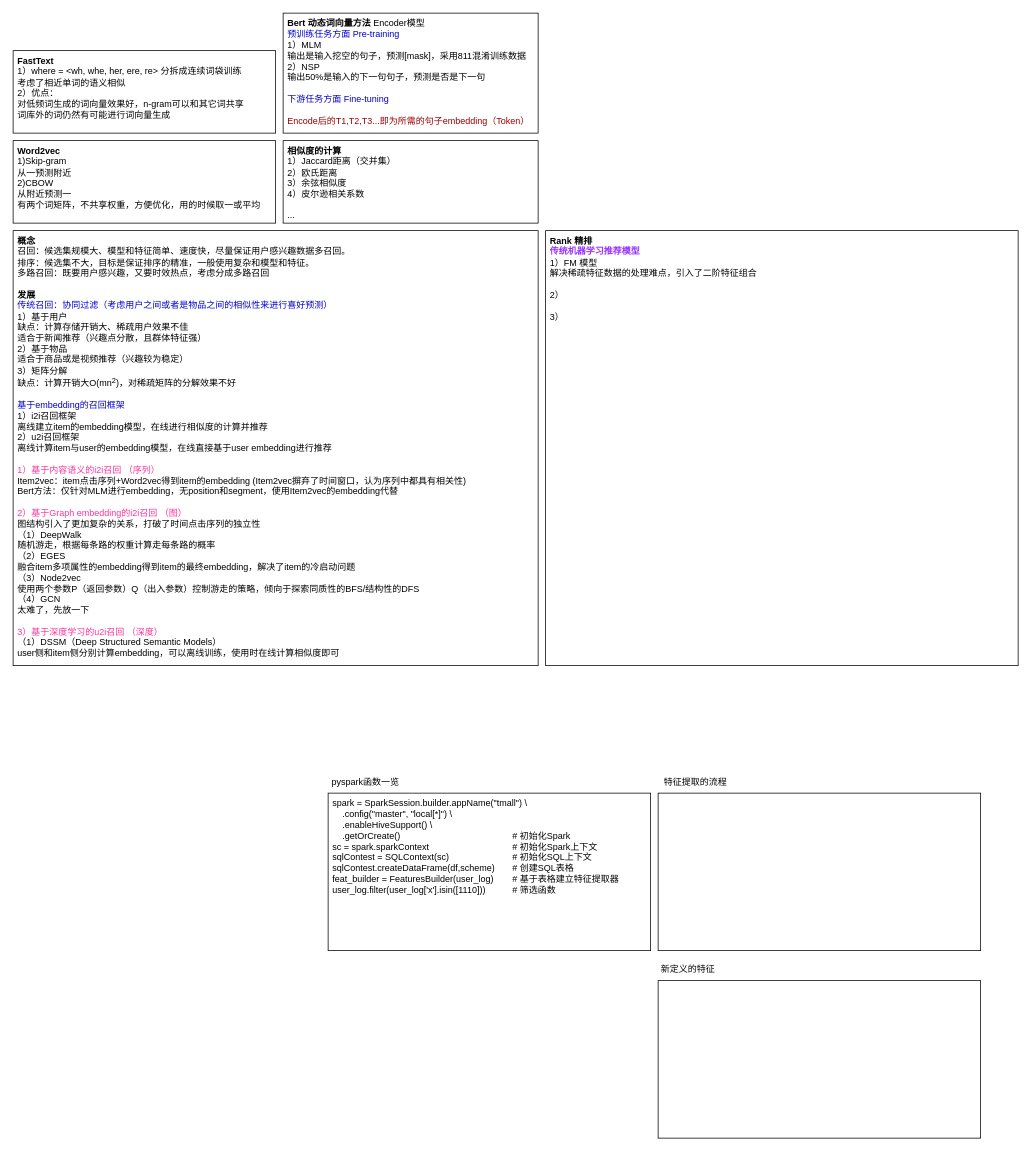
Before: tmall2.drawio in limpid-11/drawio, a draw.io diagram. Source tidied: cells renumbered, new cells numbered last; positions are measured from the earlier drawing's top-left corner, leaving out a move shared by most shapes. Both pictures are drawn from the tidied source at 75%, with x=0, y=0 at pixel (13, 13).
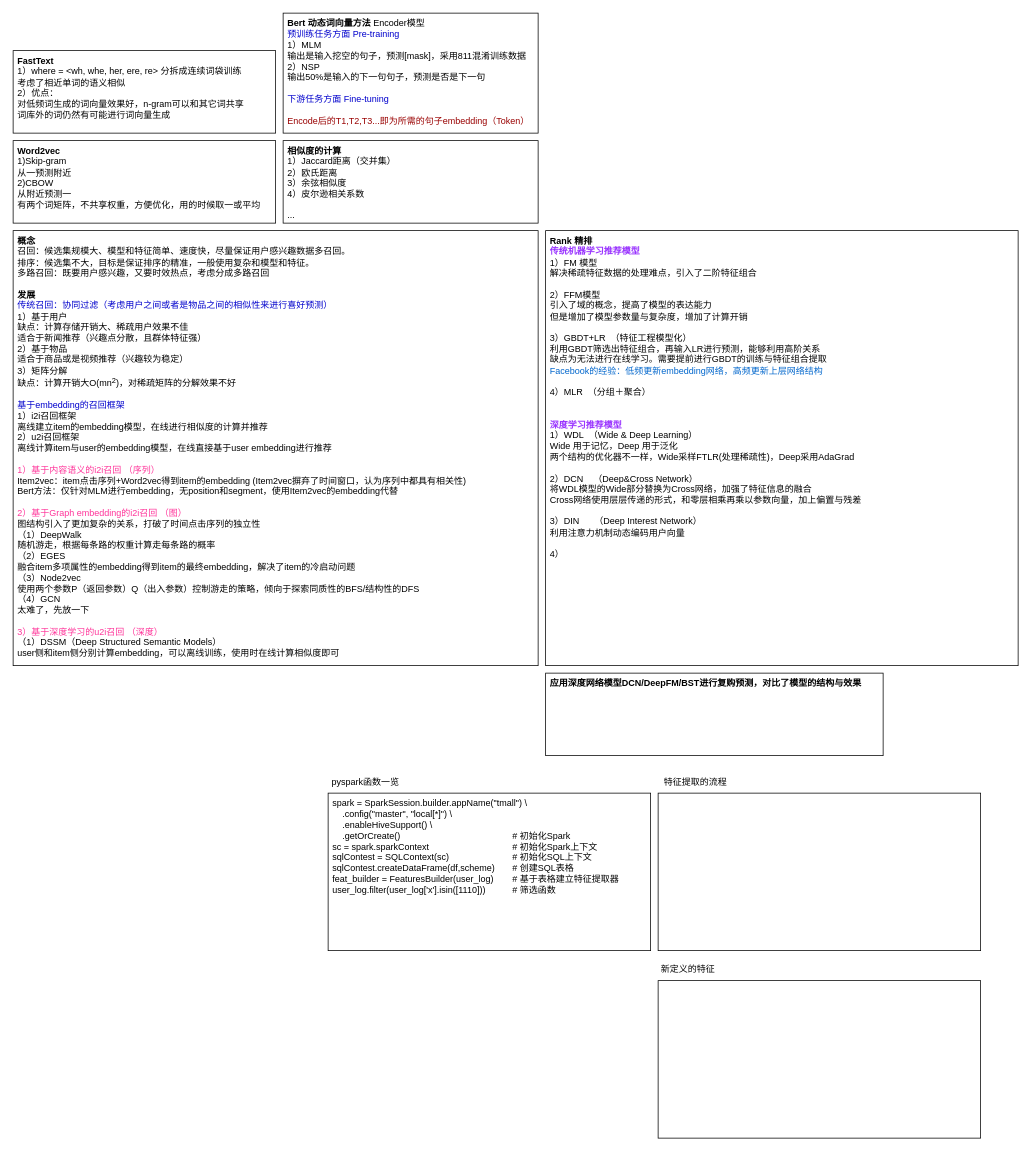
After the change.

Change to the diagram source:
```diff
@@
 <mxGraphModel>
   <root>
     <mxCell id="0" />
     <mxCell id="1" parent="0" />
     <mxCell id="2" value="&lt;div&gt;spark = SparkSession.builder&lt;span style=&quot;background-color: initial;&quot;&gt;.appName(&quot;tmall&quot;) \&lt;/span&gt;&lt;/div&gt;&lt;div&gt;&amp;nbsp; &amp;nbsp; .config(&quot;master&quot;, &quot;local[*]&quot;) \&lt;/div&gt;&lt;div&gt;&amp;nbsp; &amp;nbsp; .enableHiveSupport() \&lt;/div&gt;&lt;div&gt;&amp;nbsp; &amp;nbsp; .getOrCreate()&lt;span style=&quot;white-space: pre;&quot;&gt;&#9;&lt;/span&gt;&lt;span style=&quot;white-space: pre;&quot;&gt;&#9;&lt;/span&gt;&lt;span style=&quot;white-space: pre;&quot;&gt;&#9;&lt;/span&gt;&lt;span style=&quot;white-space: pre;&quot;&gt;&#9;&lt;/span&gt;&lt;span style=&quot;white-space: pre;&quot;&gt;&#9;&lt;span style=&quot;white-space: pre;&quot;&gt;&#9;&lt;/span&gt;&lt;/span&gt;# 初始化Spark&lt;/div&gt;&lt;div&gt;sc = spark.sparkContext&lt;span style=&quot;white-space: pre;&quot;&gt;&#9;&lt;/span&gt;&lt;span style=&quot;white-space: pre;&quot;&gt;&#9;&lt;/span&gt;&lt;span style=&quot;white-space: pre;&quot;&gt;&#9;&lt;/span&gt;&lt;span style=&quot;white-space: pre;&quot;&gt;&#9;&lt;span style=&quot;white-space: pre;&quot;&gt;&#9;&lt;/span&gt;&lt;/span&gt;# 初始化Spark上下文&lt;br&gt;&lt;/div&gt;&lt;div&gt;sqlContest = SQLContext(sc)&lt;span style=&quot;white-space: pre;&quot;&gt;&#9;&lt;/span&gt;&lt;span style=&quot;white-space: pre;&quot;&gt;&#9;&lt;/span&gt;&lt;span style=&quot;white-space: pre;&quot;&gt;&#9;&lt;span style=&quot;white-space: pre;&quot;&gt;&#9;&lt;/span&gt;&lt;/span&gt;# 初始化SQL上下文&lt;br&gt;&lt;/div&gt;&lt;div&gt;sqlContest.createDataFrame(df,scheme)&lt;span style=&quot;white-space: pre;&quot;&gt;&#9;&lt;/span&gt;# 创建SQL表格&lt;br&gt;&lt;/div&gt;&lt;div&gt;feat_builder = FeaturesBuilder(user_log)&lt;span style=&quot;white-space: pre;&quot;&gt;&#9;&lt;/span&gt;# 基于表格建立特征提取器&lt;br&gt;&lt;/div&gt;&lt;div&gt;user_log.filter(user_log['x'].isin([1110]))&lt;span style=&quot;white-space: pre;&quot;&gt;&#9;&lt;/span&gt;&lt;span style=&quot;white-space: pre;&quot;&gt;&#9;&lt;/span&gt;# 筛选函数&lt;br&gt;&lt;/div&gt;&lt;div&gt;&lt;br&gt;&lt;/div&gt;&lt;div&gt;&lt;br&gt;&lt;/div&gt;" style="rounded=0;whiteSpace=wrap;html=1;align=left;verticalAlign=top;spacingLeft=4;" parent="1" vertex="1">
       <mxGeometry x="420" y="1040" width="430" height="210" as="geometry" />
     </mxCell>
     <mxCell id="3" value="pyspark函数一览" style="text;html=1;align=center;verticalAlign=middle;whiteSpace=wrap;rounded=0;" parent="1" vertex="1">
       <mxGeometry x="420" y="1010" width="100" height="30" as="geometry" />
     </mxCell>
     <mxCell id="4" value="&lt;div&gt;&lt;br&gt;&lt;/div&gt;" style="rounded=0;whiteSpace=wrap;html=1;align=left;verticalAlign=top;spacingLeft=4;" parent="1" vertex="1">
       <mxGeometry x="860" y="1040" width="430" height="210" as="geometry" />
     </mxCell>
     <mxCell id="5" value="特征提取的流程" style="text;html=1;align=center;verticalAlign=middle;whiteSpace=wrap;rounded=0;" parent="1" vertex="1">
       <mxGeometry x="860" y="1010" width="100" height="30" as="geometry" />
     </mxCell>
     <mxCell id="6" value="新定义的特征" style="text;html=1;align=center;verticalAlign=middle;whiteSpace=wrap;rounded=0;" parent="1" vertex="1">
       <mxGeometry x="860" y="1260" width="80" height="30" as="geometry" />
     </mxCell>
     <mxCell id="7" value="&lt;div&gt;&lt;br&gt;&lt;/div&gt;" style="rounded=0;whiteSpace=wrap;html=1;align=left;verticalAlign=top;spacingLeft=4;" parent="1" vertex="1">
       <mxGeometry x="860" y="1290" width="430" height="210" as="geometry" />
     </mxCell>
     <mxCell id="8" value="&lt;div&gt;&lt;b&gt;概念&lt;/b&gt;&lt;/div&gt;&lt;div&gt;召回：候选集规模大、模型和特征简单、速度快，尽量保证用户感兴趣数据多召回。&lt;/div&gt;&lt;div&gt;排序：候选集不大，目标是保证排序的精准，一般使用复杂和模型和特征。&lt;/div&gt;&lt;div&gt;多路召回：既要用户感兴趣，又要时效热点，考虑分成多路召回&lt;/div&gt;&lt;div&gt;&lt;br&gt;&lt;/div&gt;&lt;div&gt;&lt;b&gt;发展&lt;/b&gt;&lt;/div&gt;&lt;div&gt;&lt;font color=&quot;#0000cc&quot;&gt;传统召回：协同过滤（考虑用户之间或者是物品之间的相似性来进行喜好预测）&lt;/font&gt;&lt;/div&gt;&lt;div&gt;1）基于用户&lt;/div&gt;&lt;div&gt;缺点：计算存储开销大、稀疏用户效果不佳&lt;/div&gt;&lt;div&gt;适合于新闻推荐（兴趣点分散，且群体特征强）&lt;/div&gt;&lt;div&gt;2）基于物品&lt;/div&gt;&lt;div&gt;适合于商品或是视频推荐（兴趣较为稳定）&lt;/div&gt;&lt;div&gt;3）矩阵分解&lt;br&gt;&lt;/div&gt;&lt;div&gt;缺点：计算开销大O(mn&lt;sup&gt;2&lt;/sup&gt;)，对稀疏矩阵的分解效果不好&lt;/div&gt;&lt;div&gt;&lt;br&gt;&lt;/div&gt;&lt;div&gt;&lt;font color=&quot;#0000cc&quot;&gt;基于embedding的召回框架&lt;/font&gt;&lt;/div&gt;&lt;div&gt;1）i2i召回框架&lt;/div&gt;&lt;div&gt;离线建立item的embedding模型，在线进行相似度的计算并推荐&lt;/div&gt;&lt;div&gt;2）u2i召回框架&lt;/div&gt;&lt;div&gt;离线计算item与user的&lt;span style=&quot;background-color: initial;&quot;&gt;embedding模型，在线直接基于user&amp;nbsp;&lt;/span&gt;&lt;span style=&quot;background-color: initial;&quot;&gt;embedding进行推荐&lt;/span&gt;&lt;/div&gt;&lt;div&gt;&lt;br&gt;&lt;/div&gt;&lt;div&gt;&lt;font color=&quot;#ff3399&quot;&gt;1）基于内容语义的i2i召回 （序列）&lt;/font&gt;&lt;/div&gt;&lt;div&gt;Item2vec：item点击序列+Word2vec得到item的embedding (&lt;span style=&quot;background-color: initial;&quot;&gt;Item2vec&lt;/span&gt;&lt;span style=&quot;background-color: initial;&quot;&gt;摒弃了时间窗口，认为序列中都具有相关性)&lt;/span&gt;&lt;/div&gt;&lt;div&gt;&lt;span style=&quot;background-color: initial;&quot;&gt;Bert方法：仅针对MLM进行embedding，无position和segment，使用&lt;/span&gt;&lt;span style=&quot;background-color: initial;&quot;&gt;Item2vec的embedding代替&lt;/span&gt;&lt;/div&gt;&lt;div&gt;&lt;span style=&quot;background-color: initial;&quot;&gt;&lt;br&gt;&lt;/span&gt;&lt;/div&gt;&lt;div&gt;&lt;span style=&quot;background-color: initial;&quot;&gt;&lt;font color=&quot;#ff3399&quot;&gt;2）基于Graph embedding的i2i召回 （图）&lt;/font&gt;&lt;/span&gt;&lt;/div&gt;&lt;div&gt;&lt;span style=&quot;background-color: initial;&quot;&gt;图结构引入了更加复杂的关系，打破了时间点击序列的独立性&lt;/span&gt;&lt;/div&gt;&lt;div&gt;&lt;span style=&quot;background-color: initial;&quot;&gt;（1）DeepWalk&lt;/span&gt;&lt;br&gt;&lt;/div&gt;&lt;div&gt;随机游走，根据每条路的权重计算走每条路的概率&lt;/div&gt;&lt;div&gt;&lt;span style=&quot;background-color: initial;&quot;&gt;（2）EGES&lt;/span&gt;&lt;/div&gt;&lt;div&gt;&lt;span style=&quot;background-color: initial;&quot;&gt;融合item多项属性的embedding得到item的最终embedding，解决了item的冷启动问题&lt;/span&gt;&lt;/div&gt;&lt;div&gt;（3）Node2vec&lt;/div&gt;&lt;div&gt;使用两个参数P（返回参数）Q（出入参数）控制游走的策略，倾向于探索同质性的BFS/结构性的DFS&lt;/div&gt;&lt;div&gt;（4）GCN&lt;/div&gt;&lt;div&gt;太难了，先放一下&lt;/div&gt;&lt;div&gt;&lt;br&gt;&lt;/div&gt;&lt;div&gt;&lt;span style=&quot;color: rgb(255, 51, 153);&quot;&gt;3）基于深度学习的u2i召回 （深度）&lt;/span&gt;&lt;br&gt;&lt;/div&gt;&lt;div&gt;（1）DSSM（Deep Structured Semantic Models）&lt;/div&gt;&lt;div&gt;user侧和item侧分别计算embedding，可以离线训练，使用时在线计算相似度即可&lt;/div&gt;" style="rounded=0;whiteSpace=wrap;html=1;align=left;verticalAlign=top;spacingLeft=4;" parent="1" vertex="1">
       <mxGeometry y="290" width="700" height="580" as="geometry" />
     </mxCell>
     <mxCell id="9" value="&lt;div&gt;&lt;b&gt;相似度的计算&lt;/b&gt;&lt;/div&gt;&lt;div&gt;1）Jaccard距离（交并集）&lt;/div&gt;&lt;div&gt;2）欧氏距离&lt;/div&gt;&lt;div&gt;3）余弦相似度&lt;/div&gt;&lt;div&gt;4）皮尔逊相关系数&lt;/div&gt;&lt;div&gt;&lt;br&gt;&lt;/div&gt;&lt;div&gt;...&lt;/div&gt;" style="rounded=0;whiteSpace=wrap;html=1;align=left;verticalAlign=top;spacingLeft=4;" parent="1" vertex="1">
       <mxGeometry x="360" y="170" width="340" height="110" as="geometry" />
     </mxCell>
     <mxCell id="10" value="&lt;b&gt;Word2vec&lt;/b&gt;&lt;div&gt;1)Skip-gram&lt;/div&gt;&lt;div&gt;从一预测附近&lt;/div&gt;&lt;div&gt;2)CBOW&lt;/div&gt;&lt;div&gt;从附近预测一&lt;/div&gt;&lt;div&gt;有两个词矩阵，不共享权重，方便优化，用的时候取一或平均&lt;/div&gt;" style="rounded=0;whiteSpace=wrap;html=1;align=left;verticalAlign=top;spacingLeft=4;" parent="1" vertex="1">
       <mxGeometry y="170" width="350" height="110" as="geometry" />
     </mxCell>
     <mxCell id="11" value="&lt;b&gt;FastText&lt;/b&gt;&lt;br&gt;&lt;div&gt;1）where = &amp;lt;wh, whe, her, ere, re&amp;gt; 分拆成连续词袋训练&lt;/div&gt;&lt;div&gt;考虑了相近单词的语义相似&lt;/div&gt;&lt;div&gt;2）优点：&lt;/div&gt;&lt;div&gt;对低频词生成的词向量效果好，n-gram可以和其它词共享&lt;br&gt;&lt;/div&gt;&lt;div&gt;词库外的词仍然有可能进行词向量生成&lt;/div&gt;" style="rounded=0;whiteSpace=wrap;html=1;align=left;verticalAlign=top;spacingLeft=4;" parent="1" vertex="1">
       <mxGeometry y="50" width="350" height="110" as="geometry" />
     </mxCell>
     <mxCell id="12" value="&lt;b&gt;Bert 动态词向量方法&amp;nbsp;&lt;/b&gt;Encoder模型&lt;br&gt;&lt;div&gt;&lt;font color=&quot;#0000cc&quot;&gt;预训练任务方面 Pre-training&lt;/font&gt;&lt;/div&gt;&lt;div&gt;1）MLM&lt;/div&gt;&lt;div&gt;输出是输入挖空的句子，&lt;span style=&quot;background-color: initial;&quot;&gt;预测[mask]，采用811混淆训练数据&lt;/span&gt;&lt;/div&gt;&lt;div&gt;2）NSP&lt;/div&gt;&lt;div&gt;输出50%是输入的下一句句子，预测是否是下一句&lt;/div&gt;&lt;div&gt;&lt;br&gt;&lt;/div&gt;&lt;div&gt;&lt;font color=&quot;#0000cc&quot;&gt;下游任务方面 Fine-tuning&lt;/font&gt;&lt;/div&gt;&lt;div&gt;&lt;font color=&quot;#0000cc&quot;&gt;&lt;br&gt;&lt;/font&gt;&lt;/div&gt;&lt;div&gt;&lt;font color=&quot;#990000&quot;&gt;Encode后的T1,T2,T3...即为所需的句子embedding（Token）&lt;/font&gt;&lt;/div&gt;" style="rounded=0;whiteSpace=wrap;html=1;align=left;verticalAlign=top;spacingLeft=4;" parent="1" vertex="1">
       <mxGeometry x="360" width="340" height="160" as="geometry" />
     </mxCell>
-    <mxCell id="13" value="&lt;b&gt;Rank 精排&lt;/b&gt;&lt;div&gt;&lt;b&gt;&lt;font color=&quot;#9933ff&quot;&gt;传统机器学习推荐模型&lt;/font&gt;&lt;br&gt;&lt;/b&gt;&lt;div&gt;1）FM 模型&lt;/div&gt;&lt;div&gt;解决稀疏特征数据的处理难点，引入了二阶特征组合&lt;/div&gt;&lt;div&gt;&lt;br&gt;&lt;/div&gt;&lt;div&gt;2）&lt;/div&gt;&lt;div&gt;&lt;br&gt;&lt;/div&gt;&lt;div&gt;3）&lt;/div&gt;&lt;div&gt;&lt;br&gt;&lt;/div&gt;&lt;div&gt;&lt;br&gt;&lt;/div&gt;&lt;/div&gt;" style="rounded=0;whiteSpace=wrap;html=1;align=left;verticalAlign=top;spacingLeft=4;" parent="1" vertex="1">
+    <mxCell id="13" value="&lt;b&gt;Rank 精排&lt;/b&gt;&lt;div&gt;&lt;b&gt;&lt;font color=&quot;#9933ff&quot;&gt;传统机器学习推荐模型&lt;/font&gt;&lt;br&gt;&lt;/b&gt;&lt;div&gt;1）FM 模型&lt;/div&gt;&lt;div&gt;解决稀疏特征数据的处理难点，引入了二阶特征组合&lt;/div&gt;&lt;div&gt;&lt;br&gt;&lt;/div&gt;&lt;div&gt;2）FFM模型&lt;/div&gt;&lt;div&gt;引入了域的概念，提高了模型的表达能力&lt;/div&gt;&lt;div&gt;但是增加了模型参数量与复杂度，增加了计算开销&lt;/div&gt;&lt;div&gt;&lt;br&gt;&lt;/div&gt;&lt;div&gt;3）GBDT+LR&amp;nbsp; （特征工程模型化）&lt;/div&gt;&lt;div&gt;利用GBDT筛选出特征组合，再输入LR进行预测，能够利用高阶关系&lt;/div&gt;&lt;div&gt;缺点为无法进行在线学习。需要提前进行GBDT的训练与特征组合提取&lt;/div&gt;&lt;div&gt;&lt;font color=&quot;#0066cc&quot;&gt;Facebook的经验：低频更新embedding网络，高频更新上层网络结构&lt;/font&gt;&lt;/div&gt;&lt;div&gt;&lt;br&gt;&lt;/div&gt;&lt;div&gt;4）MLR&amp;nbsp; （分组＋聚合）&lt;/div&gt;&lt;div&gt;&lt;br&gt;&lt;/div&gt;&lt;div&gt;&lt;br&gt;&lt;/div&gt;&lt;div&gt;&lt;b&gt;&lt;font color=&quot;#9933ff&quot;&gt;深度学习推荐模型&lt;/font&gt;&lt;/b&gt;&lt;br&gt;&lt;/div&gt;&lt;div&gt;1）WDL&amp;nbsp; （Wide &amp;amp; Deep Learning）&lt;/div&gt;&lt;/div&gt;&lt;div&gt;Wide 用于记忆，Deep 用于泛化&lt;/div&gt;&lt;div&gt;两个结构的优化器不一样，Wide采样FTLR(处理稀疏性)，Deep采用AdaGrad&lt;/div&gt;&lt;div&gt;&lt;br&gt;&lt;/div&gt;&lt;div&gt;2）DCN&amp;nbsp; &amp;nbsp; （Deep&amp;amp;Cross Network）&lt;/div&gt;&lt;div&gt;将WDL模型的Wide部分替换为Cross网络，加强了特征信息的融合&lt;/div&gt;&lt;div&gt;Cross网络使用层层传递的形式，和零层相乘再乘以参数向量，加上偏置与残差&lt;/div&gt;&lt;div&gt;&lt;br&gt;&lt;/div&gt;&lt;div&gt;3）DIN&amp;nbsp; &amp;nbsp; &amp;nbsp; （Deep Interest Network）&lt;/div&gt;&lt;div&gt;利用注意力机制动态编码用户向量&lt;/div&gt;&lt;div&gt;&lt;br&gt;&lt;/div&gt;&lt;div&gt;4）&lt;/div&gt;" style="rounded=0;whiteSpace=wrap;html=1;align=left;verticalAlign=top;spacingLeft=4;" parent="1" vertex="1">
       <mxGeometry x="710" y="290" width="630" height="580" as="geometry" />
     </mxCell>
+    <mxCell id="14" value="&lt;b&gt;应用深度网络模型DCN/DeepFM/BST进行复购预测，对比了模型的结构与效果&lt;/b&gt;" style="rounded=0;whiteSpace=wrap;html=1;align=left;verticalAlign=top;spacingLeft=4;" parent="1" vertex="1">
+      <mxGeometry x="710" y="880" width="450" height="110" as="geometry" />
+    </mxCell>
   </root>
 </mxGraphModel>
```
